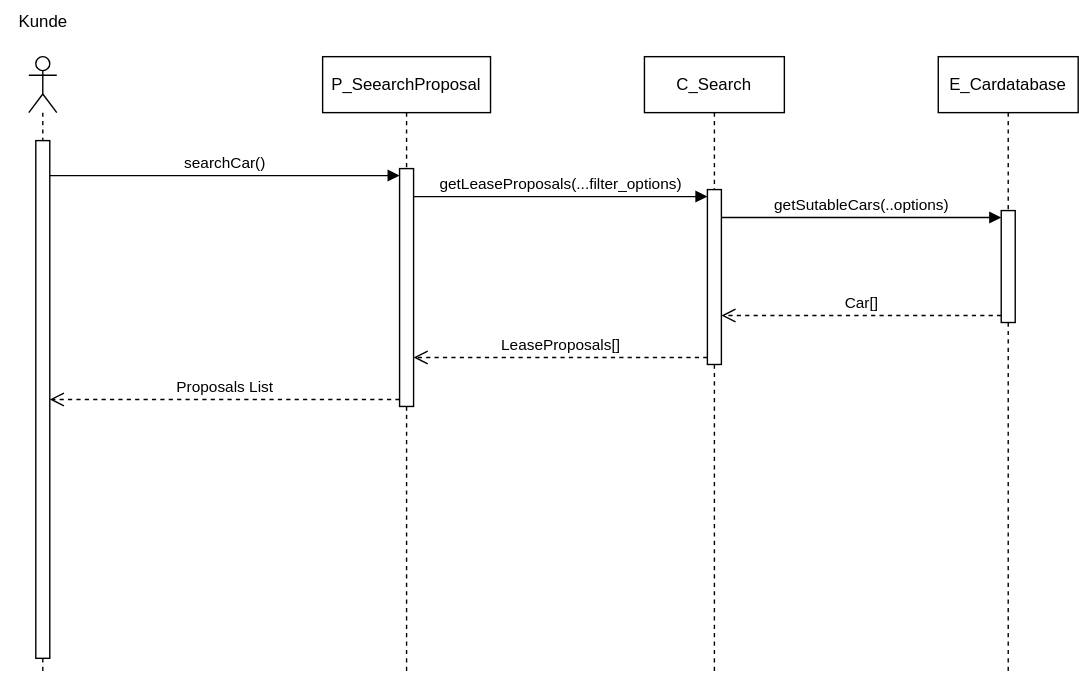
This is sw-eng-05.drawio.svg from MassimiIiano/software-eng-projects-uni, a draw.io export, as it was before one commit. Source tidied: cells renumbered, new cells last; positions are measured from the earlier drawing's top-left corner, leaving out a move shared by most shapes.
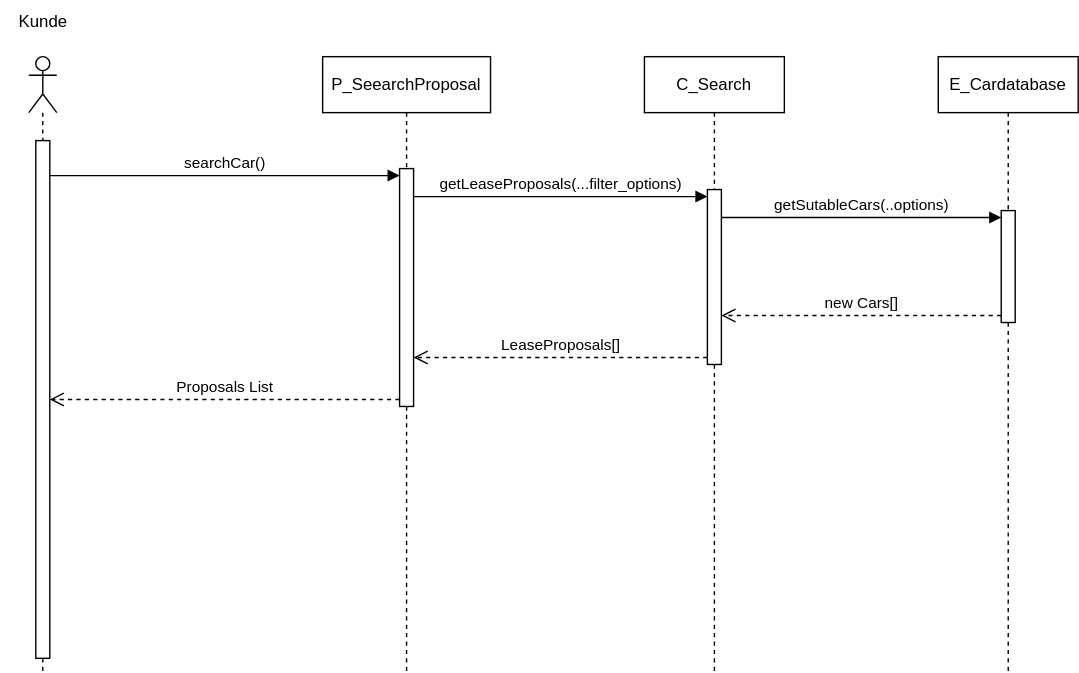
After the change.

Diff of the diagram source:
```diff
@@ -41,7 +41,7 @@
     <mxCell id="14" value="getSutableCars(..options)" style="html=1;verticalAlign=bottom;endArrow=block;curved=0;rounded=0;entryX=0;entryY=0;entryDx=0;entryDy=5;" parent="1" edge="1" source="7" target="9">
       <mxGeometry relative="1" as="geometry" />
     </mxCell>
-    <mxCell id="15" value="Car[]" style="html=1;verticalAlign=bottom;endArrow=open;dashed=1;endSize=8;curved=0;rounded=0;exitX=0;exitY=1;exitDx=0;exitDy=-5;" parent="1" edge="1" source="9" target="7">
+    <mxCell id="15" value="new Cars[]" style="html=1;verticalAlign=bottom;endArrow=open;dashed=1;endSize=8;curved=0;rounded=0;exitX=0;exitY=1;exitDx=0;exitDy=-5;" parent="1" edge="1" source="9" target="7">
       <mxGeometry relative="1" as="geometry" />
     </mxCell>
     <mxCell id="16" value="Kunde" style="text;html=1;align=center;verticalAlign=middle;strokeColor=none;fillColor=none;" parent="1" vertex="1">
```
